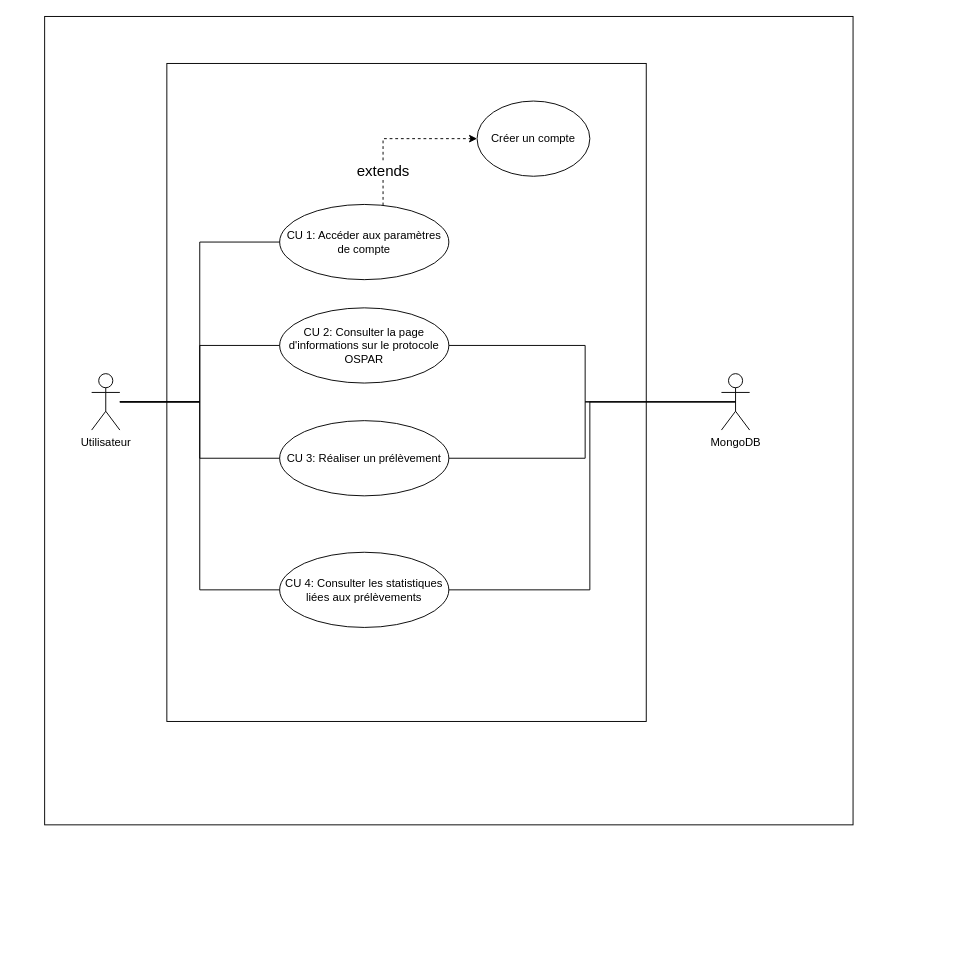
Before: 3.0_Cas_principaux.drawio in MurielleMardenli200/projet4_architecture, a draw.io diagram. Source tidied: cells renumbered, new cells numbered last; positions are measured from the earlier drawing's top-left corner, leaving out a move shared by most shapes. Both pictures are drawn from the tidied source at 94%, with x=0, y=0 at pixel (44, 16).
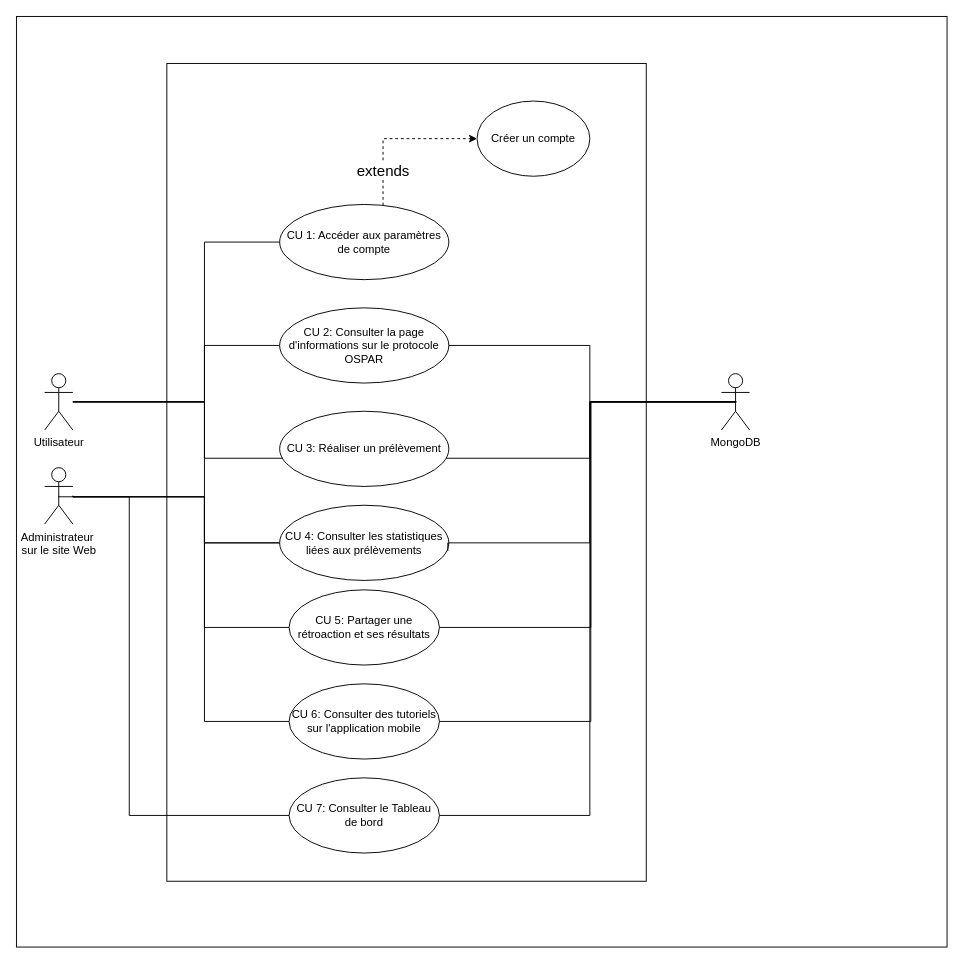
Above is the later version.

Unchanged cells that the change refers to:
```xml
<mxCell id="5" value="MongoDB" style="shape=umlActor;verticalLabelPosition=bottom;verticalAlign=top;html=1;outlineConnect=0;" parent="1" vertex="1">
  <mxGeometry x="720" y="380" width="30" height="60" as="geometry" />
</mxCell>
<mxCell id="8" value="CU 1: Accéder aux paramètres de compte" style="ellipse;whiteSpace=wrap;html=1;" parent="1" vertex="1">
  <mxGeometry x="250" y="200" width="180" height="80" as="geometry" />
</mxCell>
<mxCell id="9" value="CU 2: Consulter la page d'informations sur le protocole OSPAR" style="ellipse;whiteSpace=wrap;html=1;" parent="1" vertex="1">
  <mxGeometry x="250" y="310" width="180" height="80" as="geometry" />
</mxCell>
```

Change to the diagram source:
```diff
@@
     <mxCell id="2" style="whiteSpace=wrap;html=1;" parent="1" vertex="1">
-      <mxGeometry width="860" height="860" as="geometry" />
+      <mxGeometry x="-30" width="990" height="990" as="geometry" />
     </mxCell>
     <mxCell id="3" value="Utilisateur" style="shape=umlActor;verticalLabelPosition=bottom;verticalAlign=top;html=1;outlineConnect=0;" parent="1" vertex="1">
-      <mxGeometry x="50" y="380" width="30" height="60" as="geometry" />
+      <mxGeometry y="380" width="30" height="60" as="geometry" />
     </mxCell>
     <mxCell id="4" style="rounded=0;whiteSpace=wrap;html=1;" parent="1" vertex="1">
-      <mxGeometry x="130" y="50" width="510" height="700" as="geometry" />
+      <mxGeometry x="130" y="50" width="510" height="870" as="geometry" />
     </mxCell>
@@
     <mxCell id="10" value="CU 3: Réaliser un prélèvement" style="ellipse;whiteSpace=wrap;html=1;" parent="1" vertex="1">
-      <mxGeometry x="250" y="430" width="180" height="80" as="geometry" />
+      <mxGeometry x="250" y="420" width="180" height="80" as="geometry" />
     </mxCell>
     <mxCell id="11" value="CU 4: Consulter les statistiques liées aux prélèvements" style="ellipse;whiteSpace=wrap;html=1;" parent="1" vertex="1">
-      <mxGeometry x="250" y="570" width="180" height="80" as="geometry" />
+      <mxGeometry x="250" y="520" width="180" height="80" as="geometry" />
     </mxCell>
@@
     <mxCell id="13" style="edgeStyle=orthogonalEdgeStyle;rounded=0;jettySize=auto;html=1;entryX=0;entryY=0.5;entryDx=0;entryDy=0;endArrow=none;startFill=0;" parent="1" edge="1" source="3" target="8">
-      <mxGeometry relative="1" as="geometry" />
+      <mxGeometry relative="1" as="geometry">
+        <Array as="points">
+          <mxPoint x="170" y="410" />
+          <mxPoint x="170" y="240" />
+        </Array>
+      </mxGeometry>
     </mxCell>
     <mxCell id="14" style="edgeStyle=orthogonalEdgeStyle;rounded=0;jettySize=auto;html=1;endArrow=none;startFill=0;" parent="1" edge="1" source="3" target="9">
-      <mxGeometry relative="1" as="geometry" />
+      <mxGeometry relative="1" as="geometry">
+        <Array as="points">
+          <mxPoint x="170" y="410" />
+          <mxPoint x="170" y="350" />
+        </Array>
+      </mxGeometry>
     </mxCell>
     <mxCell id="15" style="edgeStyle=orthogonalEdgeStyle;rounded=0;jettySize=auto;html=1;endArrow=none;startFill=0;" parent="1" edge="1" source="3" target="10">
-      <mxGeometry relative="1" as="geometry" />
+      <mxGeometry relative="1" as="geometry">
+        <Array as="points">
+          <mxPoint x="170" y="410" />
+          <mxPoint x="170" y="470" />
+        </Array>
+      </mxGeometry>
     </mxCell>
     <mxCell id="16" style="edgeStyle=orthogonalEdgeStyle;rounded=0;jettySize=auto;html=1;entryX=0;entryY=0.5;entryDx=0;entryDy=0;endArrow=none;startFill=0;" parent="1" edge="1" source="3" target="11">
-      <mxGeometry relative="1" as="geometry" />
+      <mxGeometry relative="1" as="geometry">
+        <Array as="points">
+          <mxPoint x="170" y="410" />
+          <mxPoint x="170" y="560" />
+        </Array>
+      </mxGeometry>
     </mxCell>
     <mxCell id="17" style="edgeStyle=orthogonalEdgeStyle;rounded=0;jettySize=auto;html=1;entryX=0.5;entryY=0.5;entryDx=0;entryDy=0;entryPerimeter=0;endArrow=none;startFill=0;" parent="1" edge="1" source="9" target="5">
-      <mxGeometry relative="1" as="geometry" />
+      <mxGeometry relative="1" as="geometry">
+        <Array as="points">
+          <mxPoint x="580" y="350" />
+          <mxPoint x="580" y="410" />
+        </Array>
+      </mxGeometry>
     </mxCell>
     <mxCell id="18" style="edgeStyle=orthogonalEdgeStyle;rounded=0;jettySize=auto;html=1;entryX=0.5;entryY=0.5;entryDx=0;entryDy=0;entryPerimeter=0;endArrow=none;startFill=0;" parent="1" edge="1" source="10" target="5">
-      <mxGeometry relative="1" as="geometry" />
+      <mxGeometry relative="1" as="geometry">
+        <Array as="points">
+          <mxPoint x="580" y="470" />
+          <mxPoint x="580" y="410" />
+        </Array>
+      </mxGeometry>
     </mxCell>
-    <mxCell id="19" style="edgeStyle=orthogonalEdgeStyle;rounded=0;jettySize=auto;html=1;entryX=0.5;entryY=0.5;entryDx=0;entryDy=0;entryPerimeter=0;endArrow=none;startFill=0;" parent="1" edge="1" source="11" target="5">
+    <mxCell id="19" style="edgeStyle=orthogonalEdgeStyle;rounded=0;jettySize=auto;html=1;entryX=0.5;entryY=0.5;entryDx=0;entryDy=0;entryPerimeter=0;endArrow=none;startFill=0;exitX=0.994;exitY=0.61;exitDx=0;exitDy=0;exitPerimeter=0;" parent="1" edge="1" source="11" target="5">
       <mxGeometry relative="1" as="geometry">
         <Array as="points">
-          <mxPoint x="580" y="610" />
+          <mxPoint x="429" y="560" />
+          <mxPoint x="580" y="560" />
           <mxPoint x="580" y="410" />
         </Array>
       </mxGeometry>
     </mxCell>
+    <mxCell id="20" value="CU 7: Consulter le Tableau de bord" style="ellipse;whiteSpace=wrap;html=1;" parent="1" vertex="1">
+      <mxGeometry x="260" y="810" width="160" height="80" as="geometry" />
+    </mxCell>
+    <mxCell id="21" value="Administrateur&amp;nbsp;&lt;br&gt;sur le site Web" style="shape=umlActor;verticalLabelPosition=bottom;verticalAlign=top;html=1;outlineConnect=0;" parent="1" vertex="1">
+      <mxGeometry y="480" width="30" height="60" as="geometry" />
+    </mxCell>
+    <mxCell id="22" style="edgeStyle=orthogonalEdgeStyle;rounded=0;jettySize=auto;html=1;entryX=0;entryY=0.5;entryDx=0;entryDy=0;endArrow=none;startFill=0;exitX=0.5;exitY=0.5;exitDx=0;exitDy=0;exitPerimeter=0;" parent="1" edge="1" source="21" target="20">
+      <mxGeometry relative="1" as="geometry">
+        <Array as="points">
+          <mxPoint x="90" y="511" />
+          <mxPoint x="90" y="850" />
+        </Array>
+      </mxGeometry>
+    </mxCell>
+    <mxCell id="23" style="edgeStyle=orthogonalEdgeStyle;rounded=0;jettySize=auto;html=1;endArrow=none;startFill=0;exitX=0.5;exitY=0.5;exitDx=0;exitDy=0;exitPerimeter=0;entryX=0;entryY=0.5;entryDx=0;entryDy=0;" parent="1" edge="1" target="11">
+      <mxGeometry relative="1" as="geometry">
+        <mxPoint x="30" y="510" as="sourcePoint" />
+        <Array as="points">
+          <mxPoint x="30" y="511" />
+          <mxPoint x="170" y="511" />
+          <mxPoint x="170" y="560" />
+        </Array>
+      </mxGeometry>
+    </mxCell>
+    <mxCell id="24" style="edgeStyle=orthogonalEdgeStyle;rounded=0;jettySize=auto;html=1;entryX=0.5;entryY=0.5;entryDx=0;entryDy=0;entryPerimeter=0;endArrow=none;startFill=0;" parent="1" edge="1" source="20">
+      <mxGeometry relative="1" as="geometry">
+        <mxPoint x="735" y="410" as="targetPoint" />
+        <Array as="points">
+          <mxPoint x="580" y="850" />
+          <mxPoint x="580" y="410" />
+        </Array>
+      </mxGeometry>
+    </mxCell>
+    <mxCell id="25" value="CU 5: Partager une rétroaction et ses résultats" style="ellipse;whiteSpace=wrap;html=1;" parent="1" vertex="1">
+      <mxGeometry x="260" y="610" width="160" height="80" as="geometry" />
+    </mxCell>
+    <mxCell id="26" style="edgeStyle=orthogonalEdgeStyle;rounded=0;jettySize=auto;html=1;endArrow=none;startFill=0;exitX=0.5;exitY=0.5;exitDx=0;exitDy=0;exitPerimeter=0;entryX=0;entryY=0.5;entryDx=0;entryDy=0;" parent="1" edge="1" target="25">
+      <mxGeometry relative="1" as="geometry">
+        <mxPoint x="30" y="510" as="sourcePoint" />
+        <Array as="points">
+          <mxPoint x="30" y="511" />
+          <mxPoint x="170" y="511" />
+          <mxPoint x="170" y="650" />
+        </Array>
+      </mxGeometry>
+    </mxCell>
+    <mxCell id="27" style="edgeStyle=orthogonalEdgeStyle;rounded=0;jettySize=auto;html=1;entryX=0.5;entryY=0.5;entryDx=0;entryDy=0;entryPerimeter=0;endArrow=none;startFill=0;exitX=1;exitY=0.5;exitDx=0;exitDy=0;" parent="1" edge="1" source="25">
+      <mxGeometry relative="1" as="geometry">
+        <mxPoint x="736" y="410" as="targetPoint" />
+        <Array as="points">
+          <mxPoint x="581" y="650" />
+          <mxPoint x="581" y="410" />
+        </Array>
+      </mxGeometry>
+    </mxCell>
+    <mxCell id="28" value="CU 6: Consulter des tutoriels sur l'application mobile" style="ellipse;whiteSpace=wrap;html=1;" parent="1" vertex="1">
+      <mxGeometry x="260" y="710" width="160" height="80" as="geometry" />
+    </mxCell>
+    <mxCell id="29" style="edgeStyle=orthogonalEdgeStyle;rounded=0;jettySize=auto;html=1;endArrow=none;startFill=0;exitX=0.5;exitY=0.5;exitDx=0;exitDy=0;exitPerimeter=0;" parent="1" edge="1" target="28">
+      <mxGeometry relative="1" as="geometry">
+        <mxPoint x="30" y="510" as="sourcePoint" />
+        <Array as="points">
+          <mxPoint x="30" y="511" />
+          <mxPoint x="170" y="511" />
+          <mxPoint x="170" y="750" />
+        </Array>
+      </mxGeometry>
+    </mxCell>
+    <mxCell id="30" style="edgeStyle=orthogonalEdgeStyle;rounded=0;jettySize=auto;html=1;entryX=0.5;entryY=0.5;entryDx=0;entryDy=0;entryPerimeter=0;endArrow=none;startFill=0;" parent="1" edge="1" source="28">
+      <mxGeometry relative="1" as="geometry">
+        <mxPoint x="736" y="410" as="targetPoint" />
+        <Array as="points">
+          <mxPoint x="581" y="750" />
+          <mxPoint x="581" y="410" />
+        </Array>
+      </mxGeometry>
+    </mxCell>
```
